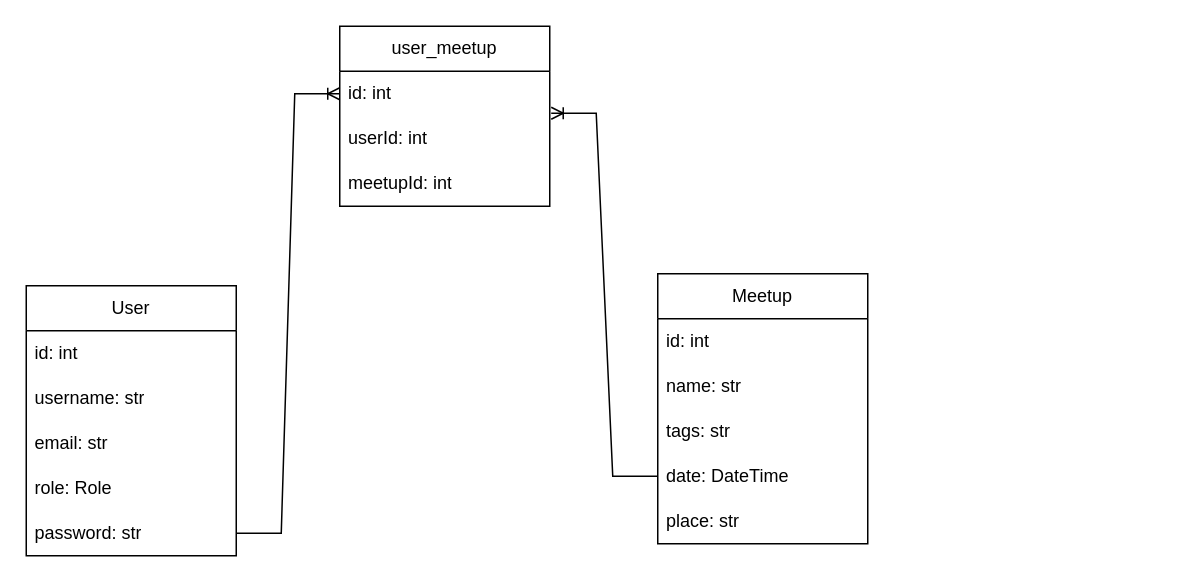
This is diagrams/db-scheme.drawio from Daer0n/meetup-app, a draw.io file, before an edit. Source tidied: cells renumbered, new cells numbered last; positions are measured from the earlier drawing's top-left corner, leaving out a move shared by most shapes. Both pictures are drawn from the tidied source at 150%, with x=0, y=0 at pixel (26, 26).
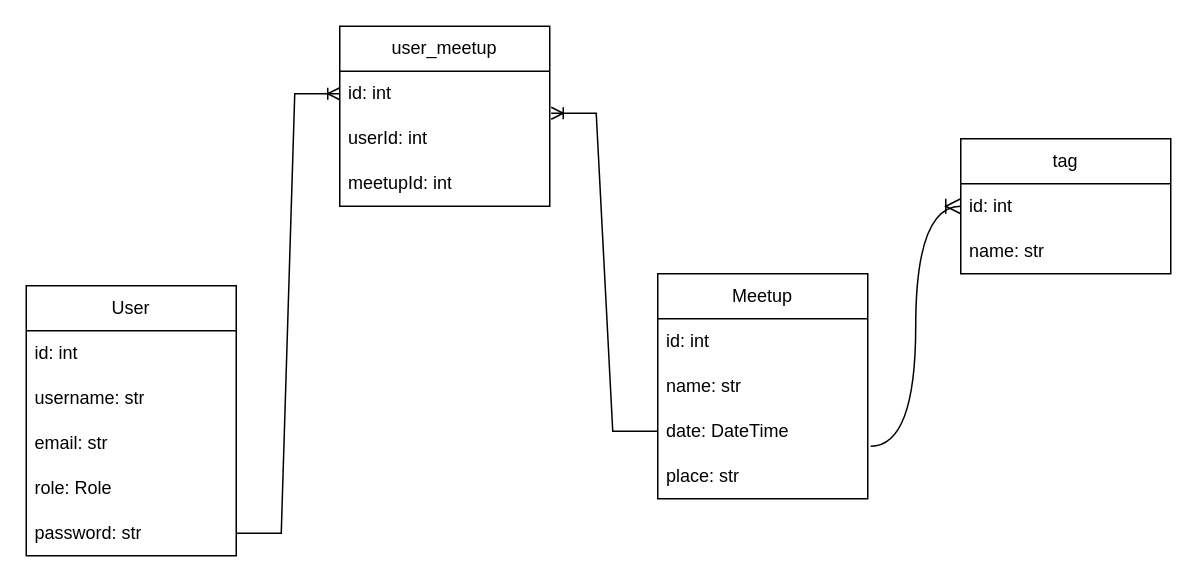
After the change.

Commit message:
feat: update database scheme

The edit, as a diff of the source:
```diff
@@
     <mxCell id="8" value="Meetup" style="swimlane;fontStyle=0;horizontal=1;startSize=30;whiteSpace=wrap;html=1;" parent="1" vertex="1">
-      <mxGeometry x="421" y="165" width="140" height="180" as="geometry" />
+      <mxGeometry x="421" y="165" width="140" height="150" as="geometry" />
     </mxCell>
@@
-    <mxCell id="11" value="tags: str" style="text;strokeColor=none;fillColor=none;align=left;verticalAlign=middle;spacingLeft=4;spacingRight=4;overflow=hidden;whiteSpace=wrap;html=1;" parent="8" vertex="1">
-      <mxGeometry y="90" width="140" height="30" as="geometry" />
-    </mxCell>
     <mxCell id="12" value="date: DateTime" style="text;strokeColor=none;fillColor=none;align=left;verticalAlign=middle;spacingLeft=4;spacingRight=4;overflow=hidden;points=[[0,0.5],[1,0.5]];portConstraint=eastwest;whiteSpace=wrap;html=1;" parent="8" vertex="1">
-      <mxGeometry y="120" width="140" height="30" as="geometry" />
+      <mxGeometry y="90" width="140" height="30" as="geometry" />
     </mxCell>
     <mxCell id="13" value="place: str" style="text;strokeColor=none;fillColor=none;align=left;verticalAlign=middle;spacingLeft=4;spacingRight=4;overflow=hidden;whiteSpace=wrap;html=1;" parent="8" vertex="1">
-      <mxGeometry y="150" width="140" height="30" as="geometry" />
+      <mxGeometry y="120" width="140" height="30" as="geometry" />
     </mxCell>
@@
+    <mxCell id="20" value="tag" style="swimlane;fontStyle=0;horizontal=1;startSize=30;whiteSpace=wrap;html=1;" parent="1" vertex="1">
+      <mxGeometry x="623" y="75" width="140" height="90" as="geometry" />
+    </mxCell>
+    <mxCell id="21" value="id: int" style="text;strokeColor=none;fillColor=none;align=left;verticalAlign=middle;spacingLeft=4;spacingRight=4;overflow=hidden;points=[[0,0.5],[1,0.5]];portConstraint=eastwest;whiteSpace=wrap;html=1;" parent="20" vertex="1">
+      <mxGeometry y="30" width="140" height="30" as="geometry" />
+    </mxCell>
+    <mxCell id="22" value="name: str" style="text;strokeColor=none;fillColor=none;align=left;verticalAlign=middle;spacingLeft=4;spacingRight=4;overflow=hidden;whiteSpace=wrap;html=1;" parent="20" vertex="1">
+      <mxGeometry y="60" width="140" height="30" as="geometry" />
+    </mxCell>
+    <mxCell id="23" style="edgeStyle=entityRelationEdgeStyle;fontSize=12;html=1;endArrow=ERoneToMany;rounded=0;startSize=8;endSize=8;curved=1;entryX=0;entryY=0.5;entryDx=0;entryDy=0;exitX=1.014;exitY=0.833;exitDx=0;exitDy=0;exitPerimeter=0;" parent="1" edge="1" source="12" target="21">
+      <mxGeometry relative="1" as="geometry" />
+    </mxCell>
```
